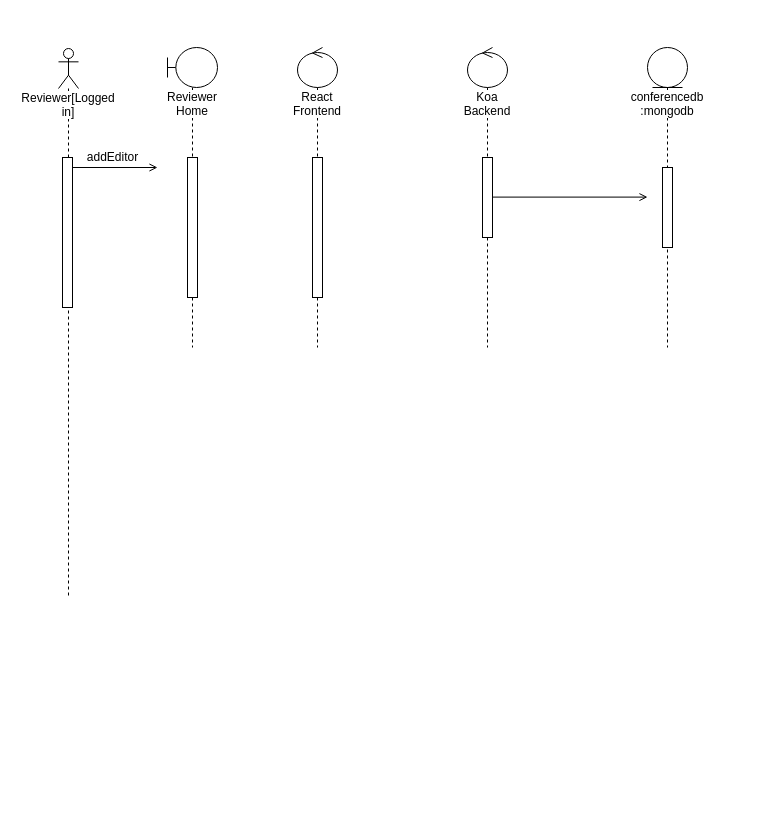
The draw.io diagram page "Reviewer" (2 of 4) of diagrams/Sequence_Restapi.drawio in matthew-sliit/conferencemgtool, before the edit. Source tidied: cells renumbered, new cells numbered last; positions are measured from the earlier drawing's top-left corner, leaving out a move shared by most shapes. Both pictures are drawn from the tidied source at 100%, with x=0, y=0 at pixel (58, 47).
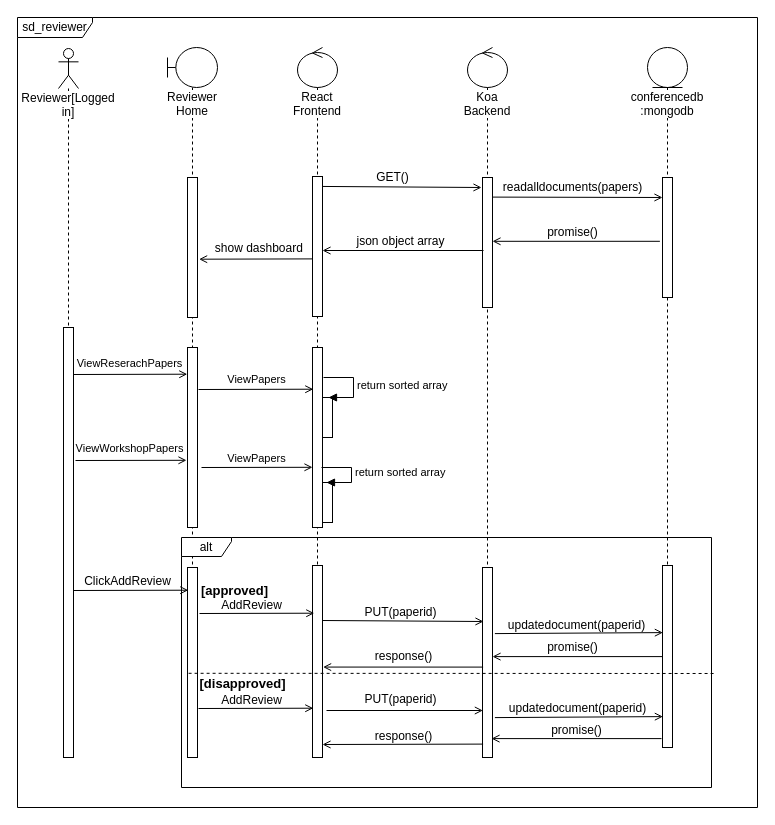
Above is the later version.

Diff of the diagram source:
```diff
@@
     <mxCell id="3" value="&lt;span style=&quot;background-color: rgb(255 , 255 , 255)&quot;&gt;Reviewer Home&lt;/span&gt;" style="shape=umlLifeline;participant=umlBoundary;perimeter=lifelinePerimeter;whiteSpace=wrap;html=1;verticalAlign=top;spacingTop=36;" parent="1" vertex="1">
-      <mxGeometry x="109" width="50" height="300" as="geometry" />
+      <mxGeometry x="109" width="50" height="530" as="geometry" />
     </mxCell>
     <mxCell id="4" value="&lt;span style=&quot;background-color: rgb(255 , 255 , 255)&quot;&gt;React Frontend&lt;/span&gt;" style="shape=umlLifeline;participant=umlControl;perimeter=lifelinePerimeter;whiteSpace=wrap;html=1;verticalAlign=top;spacingTop=36;" parent="1" vertex="1">
-      <mxGeometry x="239" width="40" height="300" as="geometry" />
+      <mxGeometry x="239" width="40" height="520" as="geometry" />
     </mxCell>
+    <mxCell id="15" style="html=1;perimeter=orthogonalPerimeter;" parent="4" vertex="1">
+      <mxGeometry x="15" y="300" width="10" height="180" as="geometry" />
+    </mxCell>
+    <mxCell id="16" style="html=1;perimeter=orthogonalPerimeter;" parent="4" vertex="1">
+      <mxGeometry x="25" y="350" width="10" height="40" as="geometry" />
+    </mxCell>
+    <mxCell id="17" value="return sorted array" style="edgeStyle=orthogonalEdgeStyle;html=1;align=left;spacingLeft=2;endArrow=block;rounded=0;entryX=1;entryY=0;" parent="4" edge="1">
+      <mxGeometry relative="1" as="geometry">
+        <mxPoint x="26" y="330" as="sourcePoint" />
+        <mxPoint x="31" y="350" as="targetPoint" />
+        <Array as="points">
+          <mxPoint x="56" y="330" />
+        </Array>
+      </mxGeometry>
+    </mxCell>
+    <mxCell id="18" style="html=1;perimeter=orthogonalPerimeter;" parent="4" vertex="1">
+      <mxGeometry x="25" y="435" width="10" height="40" as="geometry" />
+    </mxCell>
+    <mxCell id="19" value="return sorted array" style="edgeStyle=orthogonalEdgeStyle;html=1;align=left;spacingLeft=2;endArrow=block;rounded=0;entryX=1;entryY=0;" parent="4" edge="1">
+      <mxGeometry relative="1" as="geometry">
+        <mxPoint x="24" y="420" as="sourcePoint" />
+        <mxPoint x="29" y="435" as="targetPoint" />
+        <Array as="points">
+          <mxPoint x="54" y="420" />
+        </Array>
+      </mxGeometry>
+    </mxCell>
     <mxCell id="5" value="&lt;span style=&quot;background-color: rgb(255 , 255 , 255)&quot;&gt;Koa Backend&lt;/span&gt;" style="shape=umlLifeline;participant=umlControl;perimeter=lifelinePerimeter;whiteSpace=wrap;html=1;verticalAlign=top;spacingTop=36;" parent="1" vertex="1">
-      <mxGeometry x="409" width="40" height="300" as="geometry" />
+      <mxGeometry x="409" width="40" height="520" as="geometry" />
     </mxCell>
-    <mxCell id="6" style="html=1;perimeter=orthogonalPerimeter;" parent="1" vertex="1">
-      <mxGeometry x="4" y="110" width="10" height="150" as="geometry" />
-    </mxCell>
-    <mxCell id="7" style="endArrow=open;html=1;endFill=0;" parent="1" edge="1">
+    <mxCell id="7" style="endArrow=open;html=1;endFill=0;exitX=0.9;exitY=0.071;exitDx=0;exitDy=0;exitPerimeter=0;" parent="1" edge="1" source="10">
       <mxGeometry relative="1" as="geometry">
-        <mxPoint x="14" y="120" as="sourcePoint" />
-        <mxPoint x="99" y="120" as="targetPoint" />
+        <mxPoint x="423" y="140" as="targetPoint" />
       </mxGeometry>
     </mxCell>
     <mxCell id="8" style="html=1;perimeter=orthogonalPerimeter;" parent="1" vertex="1">
-      <mxGeometry x="129" y="110" width="10" height="140" as="geometry" />
+      <mxGeometry x="129" y="130" width="10" height="140" as="geometry" />
     </mxCell>
-    <mxCell id="9" value="addEditor" style="text;html=1;align=center;verticalAlign=middle;strokeColor=none;" parent="1" vertex="1">
-      <mxGeometry x="19" y="100" width="70" height="20" as="geometry" />
-    </mxCell>
     <mxCell id="10" style="html=1;points=[];perimeter=orthogonalPerimeter;" parent="1" vertex="1">
-      <mxGeometry x="254" y="110" width="10" height="140" as="geometry" />
+      <mxGeometry x="254" y="129" width="10" height="140" as="geometry" />
     </mxCell>
     <mxCell id="11" style="html=1;perimeter=orthogonalPerimeter;" parent="1" vertex="1">
-      <mxGeometry x="424" y="110" width="10" height="80" as="geometry" />
+      <mxGeometry x="424" y="130" width="10" height="130" as="geometry" />
     </mxCell>
     <mxCell id="12" value="&lt;span style=&quot;background-color: rgb(255 , 255 , 255)&quot;&gt;conferencedb&lt;br&gt;:mongodb&lt;/span&gt;" style="shape=umlLifeline;participant=umlEntity;perimeter=lifelinePerimeter;whiteSpace=wrap;html=1;verticalAlign=top;spacingTop=36;" parent="1" vertex="1">
-      <mxGeometry x="589" width="40" height="300" as="geometry" />
+      <mxGeometry x="589" width="40" height="520" as="geometry" />
     </mxCell>
     <mxCell id="13" style="html=1;perimeter=orthogonalPerimeter;" parent="1" vertex="1">
-      <mxGeometry x="604" y="120" width="10" height="80" as="geometry" />
+      <mxGeometry x="604" y="130" width="10" height="120" as="geometry" />
     </mxCell>
     <mxCell id="14" style="endArrow=open;html=1;endFill=0;" parent="1" edge="1">
       <mxGeometry relative="1" as="geometry">
         <mxPoint x="434" y="149.6" as="sourcePoint" />
-        <mxPoint x="589" y="149.6" as="targetPoint" />
+        <mxPoint x="604" y="150" as="targetPoint" />
       </mxGeometry>
     </mxCell>
+    <mxCell id="20" value="GET()" style="text;html=1;align=center;verticalAlign=middle;strokeColor=none;" parent="1" vertex="1">
+      <mxGeometry x="309" y="120" width="50" height="20" as="geometry" />
+    </mxCell>
+    <mxCell id="21" value="readalldocuments(papers)" style="text;html=1;align=center;verticalAlign=middle;strokeColor=none;" parent="1" vertex="1">
+      <mxGeometry x="439" y="130" width="150" height="20" as="geometry" />
+    </mxCell>
+    <mxCell id="22" style="endArrow=open;html=1;endFill=0;exitX=-0.26;exitY=0.735;exitDx=0;exitDy=0;exitPerimeter=0;" parent="1" edge="1">
+      <mxGeometry relative="1" as="geometry">
+        <mxPoint x="601.4" y="193.8" as="sourcePoint" />
+        <mxPoint x="434" y="193.8" as="targetPoint" />
+      </mxGeometry>
+    </mxCell>
+    <mxCell id="23" value="promise()" style="text;html=1;align=center;verticalAlign=middle;strokeColor=none;" parent="1" vertex="1">
+      <mxGeometry x="479" y="175" width="70" height="20" as="geometry" />
+    </mxCell>
+    <mxCell id="24" style="endArrow=open;html=1;endFill=0;" parent="1" edge="1">
+      <mxGeometry relative="1" as="geometry">
+        <mxPoint x="425" y="203" as="sourcePoint" />
+        <mxPoint x="264" y="203" as="targetPoint" />
+      </mxGeometry>
+    </mxCell>
+    <mxCell id="25" value="json object array" style="text;html=1;align=center;verticalAlign=middle;strokeColor=none;" parent="1" vertex="1">
+      <mxGeometry x="292" y="184" width="100" height="20" as="geometry" />
+    </mxCell>
+    <mxCell id="26" style="endArrow=open;html=1;endFill=0;entryX=1.16;entryY=0.469;entryDx=0;entryDy=0;entryPerimeter=0;exitX=0.02;exitY=0.474;exitDx=0;exitDy=0;exitPerimeter=0;" parent="1" edge="1">
+      <mxGeometry relative="1" as="geometry">
+        <mxPoint x="254.2" y="211.4" as="sourcePoint" />
+        <mxPoint x="140.6" y="211.7" as="targetPoint" />
+      </mxGeometry>
+    </mxCell>
+    <mxCell id="27" value="show dashboard&amp;nbsp;" style="text;html=1;align=center;verticalAlign=middle;strokeColor=none;" parent="1" vertex="1">
+      <mxGeometry x="147" y="191" width="110" height="20" as="geometry" />
+    </mxCell>
+    <mxCell id="28" style="html=1;perimeter=orthogonalPerimeter;" parent="1" vertex="1">
+      <mxGeometry x="129" y="300" width="10" height="180" as="geometry" />
+    </mxCell>
+    <mxCell id="29" style="endArrow=open;html=1;endFill=0;entryX=-0.12;entryY=0.191;entryDx=0;entryDy=0;entryPerimeter=0;" parent="1" edge="1">
+      <mxGeometry relative="1" as="geometry">
+        <mxPoint x="14" y="327" as="sourcePoint" />
+        <mxPoint x="128.8" y="326.7" as="targetPoint" />
+      </mxGeometry>
+    </mxCell>
+    <mxCell id="30" style="endArrow=open;html=1;endFill=0;entryX=-0.12;entryY=0.191;entryDx=0;entryDy=0;entryPerimeter=0;" parent="1" edge="1">
+      <mxGeometry relative="1" as="geometry">
+        <mxPoint x="140" y="342" as="sourcePoint" />
+        <mxPoint x="254.8" y="341.7" as="targetPoint" />
+      </mxGeometry>
+    </mxCell>
+    <mxCell id="31" value="&lt;font style=&quot;font-size: 11px&quot;&gt;ViewReserachPapers&lt;/font&gt;" style="text;html=1;align=center;verticalAlign=middle;strokeColor=none;" parent="1" vertex="1">
+      <mxGeometry x="11" y="306" width="120" height="20" as="geometry" />
+    </mxCell>
+    <mxCell id="32" value="&lt;font style=&quot;font-size: 11px&quot;&gt;ViewPapers&lt;/font&gt;" style="text;html=1;align=center;verticalAlign=middle;strokeColor=none;" parent="1" vertex="1">
+      <mxGeometry x="163" y="322" width="70" height="20" as="geometry" />
+    </mxCell>
+    <mxCell id="33" style="endArrow=open;html=1;endFill=0;entryX=-0.2;entryY=0.677;entryDx=0;entryDy=0;entryPerimeter=0;" parent="1" edge="1">
+      <mxGeometry relative="1" as="geometry">
+        <mxPoint x="17" y="413" as="sourcePoint" />
+        <mxPoint x="128" y="412.8" as="targetPoint" />
+      </mxGeometry>
+    </mxCell>
+    <mxCell id="34" value="&lt;font style=&quot;font-size: 11px&quot;&gt;ViewWorkshopPapers&lt;/font&gt;" style="text;html=1;align=center;verticalAlign=middle;strokeColor=none;" parent="1" vertex="1">
+      <mxGeometry x="11" y="391" width="120" height="20" as="geometry" />
+    </mxCell>
+    <mxCell id="35" style="endArrow=open;html=1;endFill=0;entryX=-0.2;entryY=0.677;entryDx=0;entryDy=0;entryPerimeter=0;" parent="1" edge="1">
+      <mxGeometry relative="1" as="geometry">
+        <mxPoint x="143" y="420" as="sourcePoint" />
+        <mxPoint x="254" y="419.8" as="targetPoint" />
+      </mxGeometry>
+    </mxCell>
+    <mxCell id="36" value="&lt;font style=&quot;font-size: 11px&quot;&gt;ViewPapers&lt;/font&gt;" style="text;html=1;align=center;verticalAlign=middle;strokeColor=none;" parent="1" vertex="1">
+      <mxGeometry x="163" y="401" width="70" height="20" as="geometry" />
+    </mxCell>
+    <mxCell id="37" style="html=1;perimeter=orthogonalPerimeter;" parent="1" vertex="1">
+      <mxGeometry x="5" y="280" width="10" height="430" as="geometry" />
+    </mxCell>
+    <mxCell id="38" style="html=1;perimeter=orthogonalPerimeter;" parent="1" vertex="1">
+      <mxGeometry x="129" y="520" width="10" height="190" as="geometry" />
+    </mxCell>
+    <mxCell id="39" style="html=1;points=[];perimeter=orthogonalPerimeter;" parent="1" vertex="1">
+      <mxGeometry x="254" y="518" width="10" height="192" as="geometry" />
+    </mxCell>
+    <mxCell id="40" style="html=1;perimeter=orthogonalPerimeter;" parent="1" vertex="1">
+      <mxGeometry x="424" y="520" width="10" height="190" as="geometry" />
+    </mxCell>
+    <mxCell id="41" style="html=1;perimeter=orthogonalPerimeter;" parent="1" vertex="1">
+      <mxGeometry x="604" y="518" width="10" height="182" as="geometry" />
+    </mxCell>
+    <mxCell id="42" style="endArrow=open;html=1;endFill=0;entryX=-0.12;entryY=0.191;entryDx=0;entryDy=0;entryPerimeter=0;" parent="1" edge="1">
+      <mxGeometry relative="1" as="geometry">
+        <mxPoint x="15" y="543" as="sourcePoint" />
+        <mxPoint x="129.8" y="542.7" as="targetPoint" />
+      </mxGeometry>
+    </mxCell>
+    <mxCell id="43" style="endArrow=open;html=1;endFill=0;entryX=-0.12;entryY=0.191;entryDx=0;entryDy=0;entryPerimeter=0;" parent="1" edge="1">
+      <mxGeometry relative="1" as="geometry">
+        <mxPoint x="141" y="566" as="sourcePoint" />
+        <mxPoint x="255.8" y="565.7" as="targetPoint" />
+      </mxGeometry>
+    </mxCell>
+    <mxCell id="44" value="ClickAddReview" style="text;html=1;align=center;verticalAlign=middle;strokeColor=none;" parent="1" vertex="1">
+      <mxGeometry x="19" y="524" width="100" height="20" as="geometry" />
+    </mxCell>
+    <mxCell id="45" value="AddReview" style="text;html=1;align=center;verticalAlign=middle;strokeColor=none;" parent="1" vertex="1">
+      <mxGeometry x="153" y="548" width="80" height="20" as="geometry" />
+    </mxCell>
+    <mxCell id="46" style="endArrow=open;html=1;endFill=0;" parent="1" edge="1">
+      <mxGeometry relative="1" as="geometry">
+        <mxPoint x="264" y="573" as="sourcePoint" />
+        <mxPoint x="425" y="574" as="targetPoint" />
+      </mxGeometry>
+    </mxCell>
+    <mxCell id="47" value="&lt;font style=&quot;font-size: 13px&quot;&gt;&lt;b&gt;[approved]&lt;/b&gt;&lt;/font&gt;" style="text;html=1;align=center;verticalAlign=middle;strokeColor=none;" parent="1" vertex="1">
+      <mxGeometry x="136" y="533" width="80" height="20" as="geometry" />
+    </mxCell>
+    <mxCell id="48" value="&lt;font size=&quot;1&quot;&gt;&lt;b style=&quot;font-size: 13px&quot;&gt;[disapproved]&lt;/b&gt;&lt;/font&gt;" style="text;html=1;align=center;verticalAlign=middle;strokeColor=none;" parent="1" vertex="1">
+      <mxGeometry x="134" y="626" width="100" height="20" as="geometry" />
+    </mxCell>
+    <mxCell id="49" style="endArrow=open;html=1;endFill=0;entryX=-0.12;entryY=0.191;entryDx=0;entryDy=0;entryPerimeter=0;" parent="1" edge="1">
+      <mxGeometry relative="1" as="geometry">
+        <mxPoint x="140" y="661" as="sourcePoint" />
+        <mxPoint x="254.8" y="660.7" as="targetPoint" />
+      </mxGeometry>
+    </mxCell>
+    <mxCell id="50" value="AddReview" style="text;html=1;align=center;verticalAlign=middle;strokeColor=none;" parent="1" vertex="1">
+      <mxGeometry x="153" y="643" width="80" height="20" as="geometry" />
+    </mxCell>
+    <mxCell id="51" value="PUT(paperid)" style="text;html=1;align=center;verticalAlign=middle;strokeColor=none;" parent="1" vertex="1">
+      <mxGeometry x="297" y="555" width="90" height="20" as="geometry" />
+    </mxCell>
+    <mxCell id="52" style="endArrow=open;html=1;endFill=0;entryX=-0.26;entryY=0.839;entryDx=0;entryDy=0;entryPerimeter=0;exitX=1.5;exitY=0.755;exitDx=0;exitDy=0;exitPerimeter=0;" parent="1" edge="1">
+      <mxGeometry relative="1" as="geometry">
+        <mxPoint x="268" y="663" as="sourcePoint" />
+        <mxPoint x="424.4" y="663" as="targetPoint" />
+      </mxGeometry>
+    </mxCell>
+    <mxCell id="53" value="PUT(paperid)" style="text;html=1;align=center;verticalAlign=middle;strokeColor=none;" parent="1" vertex="1">
+      <mxGeometry x="297" y="642" width="90" height="20" as="geometry" />
+    </mxCell>
+    <mxCell id="54" style="endArrow=open;html=1;endFill=0;entryX=-0.26;entryY=0.459;entryDx=0;entryDy=0;entryPerimeter=0;exitX=0.94;exitY=0.452;exitDx=0;exitDy=0;exitPerimeter=0;" parent="1" edge="1">
+      <mxGeometry relative="1" as="geometry">
+        <mxPoint x="436.4" y="586.1" as="sourcePoint" />
+        <mxPoint x="604.4" y="585.1" as="targetPoint" />
+      </mxGeometry>
+    </mxCell>
+    <mxCell id="55" style="endArrow=open;html=1;endFill=0;entryX=-0.26;entryY=0.459;entryDx=0;entryDy=0;entryPerimeter=0;exitX=0.94;exitY=0.452;exitDx=0;exitDy=0;exitPerimeter=0;" parent="1" edge="1">
+      <mxGeometry relative="1" as="geometry">
+        <mxPoint x="436.4" y="670.1" as="sourcePoint" />
+        <mxPoint x="604.4" y="669.1" as="targetPoint" />
+      </mxGeometry>
+    </mxCell>
+    <mxCell id="56" value="updatedocument(paperid)" style="text;html=1;align=center;verticalAlign=middle;strokeColor=none;" parent="1" vertex="1">
+      <mxGeometry x="443" y="568" width="150" height="20" as="geometry" />
+    </mxCell>
+    <mxCell id="57" value="updatedocument(paperid)" style="text;html=1;align=center;verticalAlign=middle;strokeColor=none;" parent="1" vertex="1">
+      <mxGeometry x="444" y="651" width="150" height="20" as="geometry" />
+    </mxCell>
+    <mxCell id="58" style="endArrow=open;html=1;endFill=0;entryX=1.5;entryY=0.581;entryDx=0;entryDy=0;entryPerimeter=0;exitX=0.5;exitY=0.594;exitDx=0;exitDy=0;exitPerimeter=0;" parent="1" edge="1">
+      <mxGeometry relative="1" as="geometry">
+        <mxPoint x="604" y="609.1" as="sourcePoint" />
+        <mxPoint x="434" y="609.1" as="targetPoint" />
+      </mxGeometry>
+    </mxCell>
+    <mxCell id="59" value="promise()" style="text;html=1;align=center;verticalAlign=middle;strokeColor=none;" parent="1" vertex="1">
+      <mxGeometry x="479" y="590" width="70" height="20" as="geometry" />
+    </mxCell>
+    <mxCell id="60" style="endArrow=open;html=1;endFill=0;exitX=0.06;exitY=0.524;exitDx=0;exitDy=0;exitPerimeter=0;entryX=1.06;entryY=0.529;entryDx=0;entryDy=0;entryPerimeter=0;" parent="1" edge="1" target="39">
+      <mxGeometry relative="1" as="geometry">
+        <mxPoint x="424.6" y="619.6" as="sourcePoint" />
+      </mxGeometry>
+    </mxCell>
+    <mxCell id="61" value="response()" style="text;html=1;align=center;verticalAlign=middle;strokeColor=none;" parent="1" vertex="1">
+      <mxGeometry x="310" y="599" width="70" height="20" as="geometry" />
+    </mxCell>
+    <mxCell id="62" style="endArrow=open;html=1;endFill=0;entryX=1.5;entryY=0.581;entryDx=0;entryDy=0;entryPerimeter=0;exitX=0.5;exitY=0.594;exitDx=0;exitDy=0;exitPerimeter=0;" parent="1" edge="1">
+      <mxGeometry relative="1" as="geometry">
+        <mxPoint x="603" y="691.1" as="sourcePoint" />
+        <mxPoint x="433" y="691.1" as="targetPoint" />
+      </mxGeometry>
+    </mxCell>
+    <mxCell id="63" value="promise()" style="text;html=1;align=center;verticalAlign=middle;strokeColor=none;" parent="1" vertex="1">
+      <mxGeometry x="483" y="673" width="70" height="20" as="geometry" />
+    </mxCell>
+    <mxCell id="64" style="endArrow=open;html=1;endFill=0;exitX=0.06;exitY=0.524;exitDx=0;exitDy=0;exitPerimeter=0;" parent="1" edge="1">
+      <mxGeometry relative="1" as="geometry">
+        <mxPoint x="424.6" y="696.6" as="sourcePoint" />
+        <mxPoint x="264" y="697" as="targetPoint" />
+      </mxGeometry>
+    </mxCell>
+    <mxCell id="65" value="response()" style="text;html=1;align=center;verticalAlign=middle;strokeColor=none;" parent="1" vertex="1">
+      <mxGeometry x="310" y="679" width="70" height="20" as="geometry" />
+    </mxCell>
+    <mxCell id="66" value="alt" style="shape=umlFrame;whiteSpace=wrap;html=1;width=50;height=19;" parent="1" vertex="1">
+      <mxGeometry x="123" y="490" width="530" height="250" as="geometry" />
+    </mxCell>
+    <mxCell id="67" style="endArrow=none;dashed=1;html=1;exitX=0.002;exitY=0.531;exitDx=0;exitDy=0;exitPerimeter=0;entryX=1.006;entryY=0.544;entryDx=0;entryDy=0;entryPerimeter=0;" parent="1" edge="1" target="66">
+      <mxGeometry relative="1" as="geometry">
+        <mxPoint x="130.1" y="625.8" as="sourcePoint" />
+      </mxGeometry>
+    </mxCell>
+    <mxCell id="68" value="sd_reviewer" style="shape=umlFrame;whiteSpace=wrap;html=1;width=75;height=20;" parent="1" vertex="1">
+      <mxGeometry x="-41" y="-30" width="740" height="790" as="geometry" />
+    </mxCell>
```
